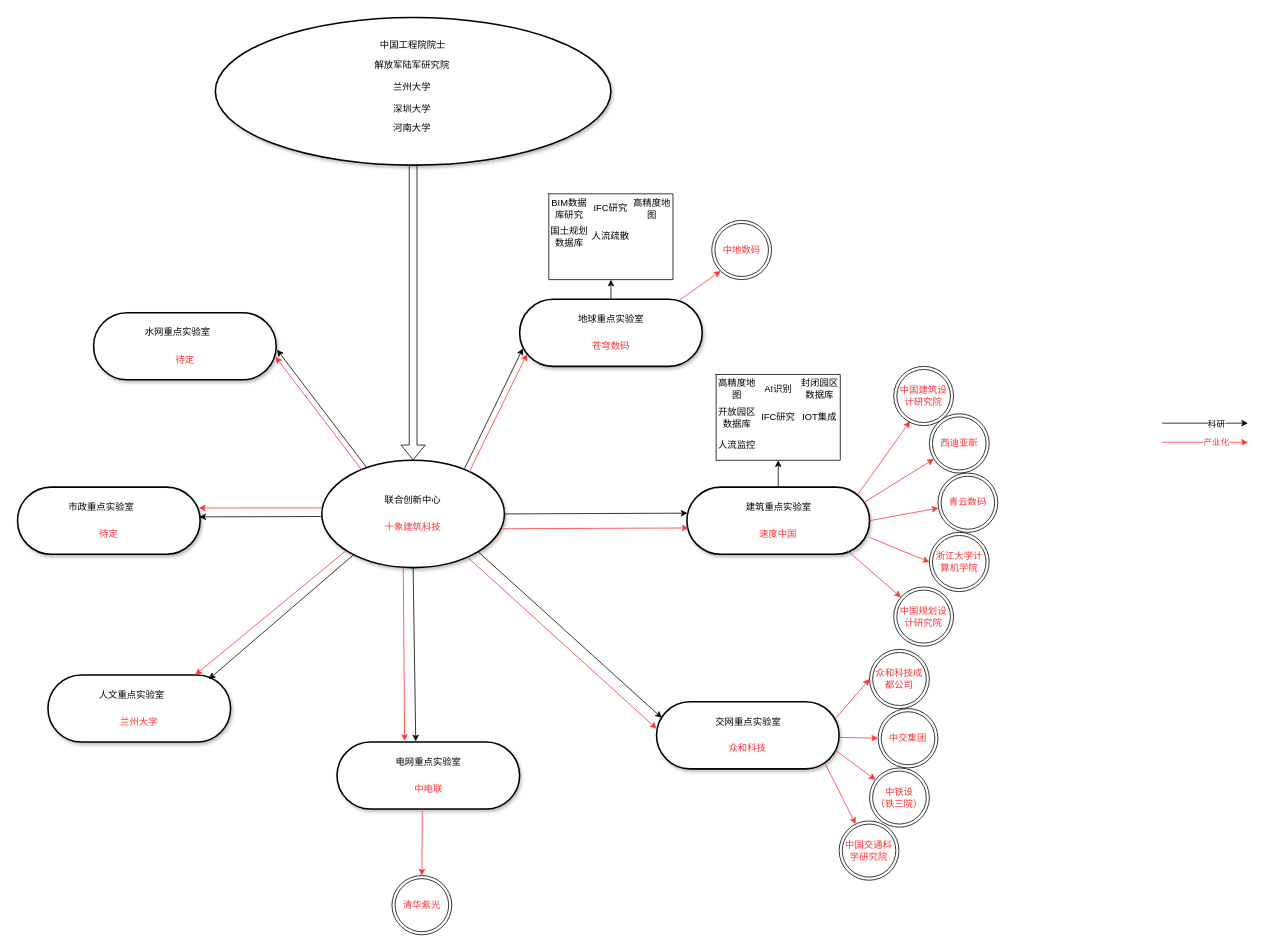
Before: LianHeChuangXinZhongXin.drawio in gaochaowyq/MinderGraph, a draw.io diagram. Source tidied: cells renumbered, new cells numbered last; positions are measured from the earlier drawing's top-left corner, leaving out a move shared by most shapes. Both pictures are drawn from the tidied source at 78%, with x=0, y=0 at pixel (17, 17).
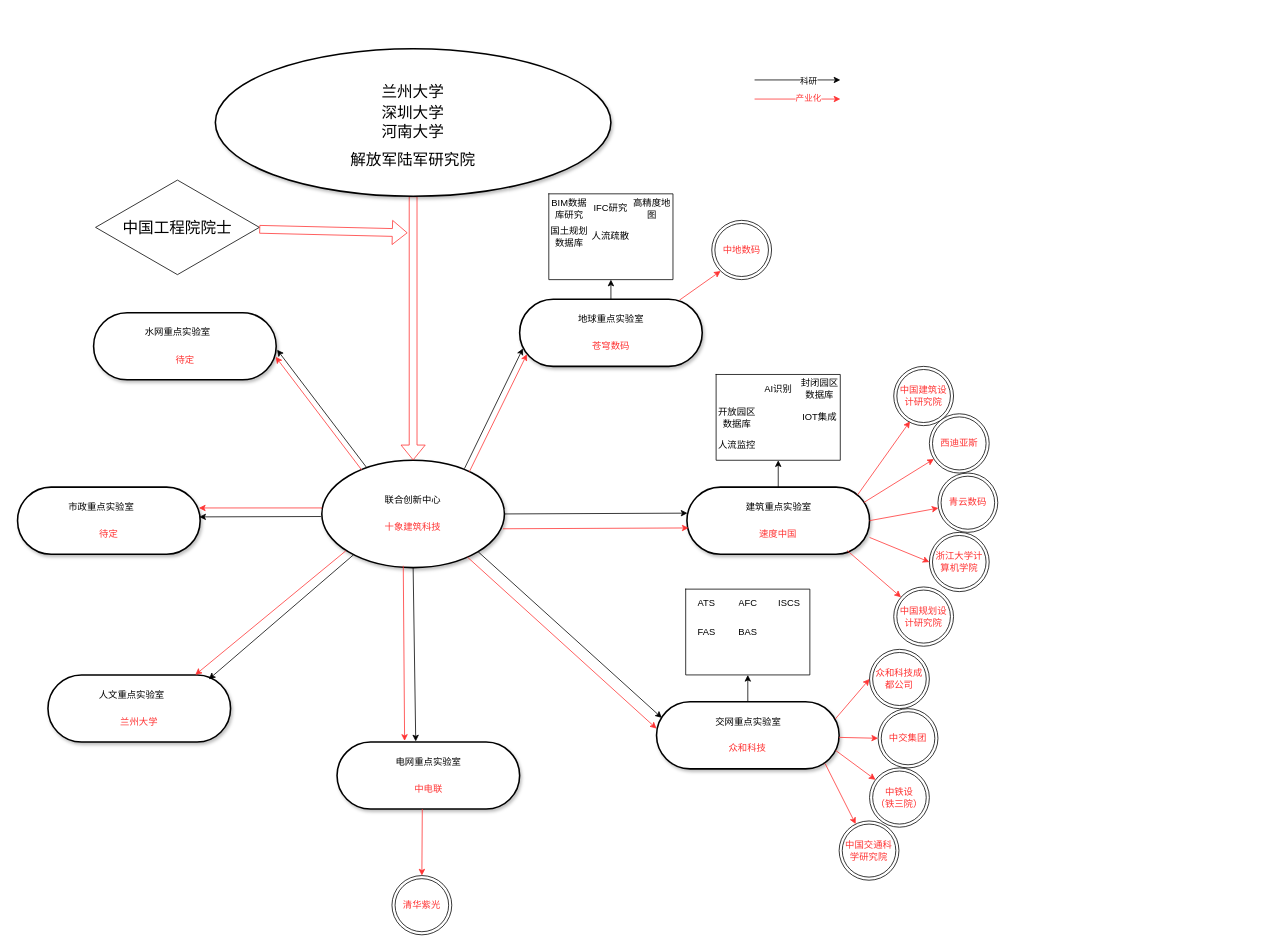
The same diagram, later.

The change refers to these unchanged cells:
```xml
<mxCell id="11" style="ellipse;whiteSpace=wrap;html=1;rounded=1;shadow=1;comic=0;labelBackgroundColor=none;strokeWidth=2;fontFamily=Verdana;fontSize=12;align=center;" parent="10" vertex="1">
  <mxGeometry width="234.1" height="137.6" as="geometry" />
</mxCell>
<mxCell id="21" style="whiteSpace=wrap;html=1;rounded=1;shadow=1;comic=0;labelBackgroundColor=none;strokeWidth=2;fontFamily=Verdana;fontSize=12;align=center;arcSize=50;" parent="20" vertex="1">
  <mxGeometry width="234.1" height="86" as="geometry" />
</mxCell>
<mxCell id="52" style="ellipse;whiteSpace=wrap;html=1;rounded=1;shadow=1;comic=0;labelBackgroundColor=none;strokeWidth=2;fontFamily=Verdana;fontSize=12;align=center;" parent="51" vertex="1">
  <mxGeometry width="507.1" height="189.2" as="geometry" />
</mxCell>
<mxCell id="83" style="shape=partialRectangle;html=1;whiteSpace=wrap;fillColor=none;top=0;left=0;bottom=0;right=0;" parent="82" vertex="1">
  <mxGeometry width="159.2" height="37" as="geometry" />
</mxCell>
<mxCell id="87" style="shape=partialRectangle;html=1;whiteSpace=wrap;fillColor=none;top=0;left=0;bottom=0;right=0;" parent="82" vertex="1">
  <mxGeometry y="37" width="159.2" height="36" as="geometry" />
</mxCell>
```

Change to the diagram source:
```diff
@@
     <mxCell id="2" style="endArrow=classic;html=1;" parent="1" edge="1">
       <mxGeometry relative="1" as="geometry">
-        <mxPoint x="1467.5" y="520" as="sourcePoint" />
-        <mxPoint x="1577.5" y="520" as="targetPoint" />
+        <mxPoint x="944.9" y="80" as="sourcePoint" />
+        <mxPoint x="1054.9" y="80" as="targetPoint" />
       </mxGeometry>
     </mxCell>
@@
     <mxCell id="4" style="endArrow=classic;html=1;strokeColor=#FF3333;" parent="1" edge="1">
       <mxGeometry relative="1" as="geometry">
-        <mxPoint x="1467.5" y="544.5" as="sourcePoint" />
-        <mxPoint x="1577.5" y="544.5" as="targetPoint" />
+        <mxPoint x="944.9" y="104.5" as="sourcePoint" />
+        <mxPoint x="1054.9" y="104.5" as="targetPoint" />
       </mxGeometry>
     </mxCell>
@@
-    <mxCell id="50" style="shape=flexArrow;endArrow=classic;html=1;entryX=0.5;entryY=0;entryDx=0;entryDy=0;exitX=0.5;exitY=1;exitDx=0;exitDy=0;" parent="1" edge="1" source="52" target="11">
+    <mxCell id="50" style="shape=flexArrow;endArrow=classic;html=1;entryX=0.5;entryY=0;entryDx=0;entryDy=0;exitX=0.5;exitY=1;exitDx=0;exitDy=0;strokeColor=#FF3333;" parent="1" edge="1" source="52" target="11">
       <mxGeometry x="-490" y="-480" as="geometry" />
     </mxCell>
     <mxCell id="51" style="group;" parent="1" vertex="1">
-      <mxGeometry x="253.6" width="507.1" height="189.2" as="geometry" />
+      <mxGeometry x="253.6" y="40" width="507.1" height="292" as="geometry" />
     </mxCell>
@@
-    <mxCell id="53" value="中国工程院院士" style="text;html=1;strokeColor=none;fillColor=none;align=center;verticalAlign=middle;whiteSpace=wrap;rounded=0;" parent="51" vertex="1">
-      <mxGeometry x="84.5" y="12" width="338.1" height="47.3" as="geometry" />
-    </mxCell>
-    <mxCell id="54" value="解放军陆军研究院" style="text;html=1;strokeColor=none;fillColor=none;align=center;verticalAlign=middle;whiteSpace=wrap;rounded=0;" parent="51" vertex="1">
-      <mxGeometry x="83.9" y="37.4" width="338.1" height="47.3" as="geometry" />
+    <mxCell id="54" value="&lt;font style=&quot;font-size: 20px&quot;&gt;解放军陆军研究院&lt;/font&gt;" style="text;html=1;strokeColor=none;fillColor=none;align=center;verticalAlign=middle;whiteSpace=wrap;rounded=0;" parent="51" vertex="1">
+      <mxGeometry x="84.5" y="118.7" width="338.1" height="47.3" as="geometry" />
     </mxCell>
-    <mxCell id="55" value="兰州大学" style="text;html=1;strokeColor=none;fillColor=none;align=center;verticalAlign=middle;whiteSpace=wrap;rounded=0;" parent="51" vertex="1">
-      <mxGeometry x="83.9" y="66.2" width="338.1" height="47.3" as="geometry" />
+    <mxCell id="55" value="兰州大学" style="text;html=1;strokeColor=none;fillColor=none;align=center;verticalAlign=middle;whiteSpace=wrap;rounded=0;fontSize=20;" parent="51" vertex="1">
+      <mxGeometry x="84.5" y="30" width="338.1" height="47.3" as="geometry" />
     </mxCell>
-    <mxCell id="56" value="深圳大学" style="text;html=1;strokeColor=none;fillColor=none;align=center;verticalAlign=middle;whiteSpace=wrap;rounded=0;" parent="51" vertex="1">
-      <mxGeometry x="83.9" y="93.3" width="338.1" height="47.3" as="geometry" />
+    <mxCell id="56" value="深圳大学" style="text;html=1;strokeColor=none;fillColor=none;align=center;verticalAlign=middle;whiteSpace=wrap;rounded=0;fontSize=20;" parent="51" vertex="1">
+      <mxGeometry x="84.5" y="57.1" width="338.1" height="47.3" as="geometry" />
     </mxCell>
-    <mxCell id="57" value="河南大学" style="text;html=1;strokeColor=none;fillColor=none;align=center;verticalAlign=middle;whiteSpace=wrap;rounded=0;" parent="51" vertex="1">
-      <mxGeometry x="83.9" y="118.7" width="338.1" height="47.3" as="geometry" />
+    <mxCell id="57" value="河南大学" style="text;html=1;strokeColor=none;fillColor=none;align=center;verticalAlign=middle;whiteSpace=wrap;rounded=0;fontSize=20;" parent="51" vertex="1">
+      <mxGeometry x="84.5" y="82.5" width="338.1" height="47.3" as="geometry" />
     </mxCell>
+    <mxCell id="53" value="中国工程院院士" style="html=1;whiteSpace=wrap;shape=isoRectangle;rounded=1;fontSize=20;" parent="51" vertex="1">
+      <mxGeometry x="-153.6" y="166" width="210" height="126" as="geometry" />
+    </mxCell>
+    <mxCell id="110" style="shape=flexArrow;endArrow=classic;html=1;fontSize=20;strokeColor=#FF3333;" parent="51" edge="1" source="53">
+      <mxGeometry relative="1" as="geometry">
+        <mxPoint x="246.4" y="236" as="targetPoint" />
+      </mxGeometry>
+    </mxCell>
@@
-    <mxCell id="84" value="高精度地图" style="shape=partialRectangle;html=1;whiteSpace=wrap;fillColor=none;top=0;left=0;bottom=0;right=0;overflow=hidden;" parent="83" vertex="1">
+    <mxCell id="84" style="shape=partialRectangle;html=1;whiteSpace=wrap;fillColor=none;top=0;left=0;bottom=0;right=0;overflow=hidden;" parent="83" vertex="1">
       <mxGeometry width="53" height="37" as="geometry" />
     </mxCell>
@@
-    <mxCell id="89" value="IFC研究" style="shape=partialRectangle;html=1;whiteSpace=wrap;fillColor=none;top=0;left=0;bottom=0;right=0;overflow=hidden;" parent="87" vertex="1">
+    <mxCell id="89" style="shape=partialRectangle;html=1;whiteSpace=wrap;fillColor=none;top=0;left=0;bottom=0;right=0;overflow=hidden;" parent="87" vertex="1">
       <mxGeometry x="53" width="53" height="36" as="geometry" />
     </mxCell>
@@
+    <mxCell id="111" style="shape=table;html=1;whiteSpace=wrap;startSize=0;childLayout=tableLayout;columnLines=0;rowLines=0;rounded=1;" parent="1" vertex="1">
+      <mxGeometry x="856.6" y="732.8" width="159.2" height="110" as="geometry" />
+    </mxCell>
+    <mxCell id="112" style="shape=partialRectangle;html=1;whiteSpace=wrap;fillColor=none;top=0;left=0;bottom=0;right=0;" parent="111" vertex="1">
+      <mxGeometry width="159.2" height="37" as="geometry" />
+    </mxCell>
+    <mxCell id="113" value="ATS" style="shape=partialRectangle;html=1;whiteSpace=wrap;fillColor=none;top=0;left=0;bottom=0;right=0;overflow=hidden;" parent="112" vertex="1">
+      <mxGeometry width="53" height="37" as="geometry" />
+    </mxCell>
+    <mxCell id="114" value="AFC" style="shape=partialRectangle;html=1;whiteSpace=wrap;fillColor=none;top=0;left=0;bottom=0;right=0;overflow=hidden;" parent="112" vertex="1">
+      <mxGeometry x="53" width="53" height="37" as="geometry" />
+    </mxCell>
+    <mxCell id="115" value="ISCS" style="shape=partialRectangle;html=1;whiteSpace=wrap;fillColor=none;top=0;left=0;bottom=0;right=0;overflow=hidden;" parent="112" vertex="1">
+      <mxGeometry x="106" width="53" height="37" as="geometry" />
+    </mxCell>
+    <mxCell id="116" style="shape=partialRectangle;html=1;whiteSpace=wrap;fillColor=none;top=0;left=0;bottom=0;right=0;" parent="111" vertex="1">
+      <mxGeometry y="37" width="159.2" height="36" as="geometry" />
+    </mxCell>
+    <mxCell id="117" value="FAS" style="shape=partialRectangle;html=1;whiteSpace=wrap;fillColor=none;top=0;left=0;bottom=0;right=0;overflow=hidden;" parent="116" vertex="1">
+      <mxGeometry width="53" height="36" as="geometry" />
+    </mxCell>
+    <mxCell id="118" value="BAS" style="shape=partialRectangle;html=1;whiteSpace=wrap;fillColor=none;top=0;left=0;bottom=0;right=0;overflow=hidden;" parent="116" vertex="1">
+      <mxGeometry x="53" width="53" height="36" as="geometry" />
+    </mxCell>
+    <mxCell id="119" style="shape=partialRectangle;html=1;whiteSpace=wrap;fillColor=none;top=0;left=0;bottom=0;right=0;overflow=hidden;" parent="116" vertex="1">
+      <mxGeometry x="106" width="53" height="36" as="geometry" />
+    </mxCell>
+    <mxCell id="120" style="shape=partialRectangle;html=1;whiteSpace=wrap;fillColor=none;top=0;left=0;bottom=0;right=0;points=[[0,0.5],[1,0.5]];portConstraint=eastwest;" parent="111" vertex="1">
+      <mxGeometry y="73" width="159.2" height="37" as="geometry" />
+    </mxCell>
+    <mxCell id="121" style="shape=partialRectangle;html=1;whiteSpace=wrap;fillColor=none;top=0;left=0;bottom=0;right=0;overflow=hidden;" parent="120" vertex="1">
+      <mxGeometry width="53" height="37" as="geometry" />
+    </mxCell>
+    <mxCell id="122" style="shape=partialRectangle;html=1;whiteSpace=wrap;fillColor=none;top=0;left=0;bottom=0;right=0;overflow=hidden;" parent="120" vertex="1">
+      <mxGeometry x="53" width="53" height="37" as="geometry" />
+    </mxCell>
+    <mxCell id="123" style="shape=partialRectangle;html=1;whiteSpace=wrap;fillColor=none;top=0;left=0;bottom=0;right=0;overflow=hidden;" parent="120" vertex="1">
+      <mxGeometry x="106" width="53" height="37" as="geometry" />
+    </mxCell>
+    <mxCell id="124" style="endArrow=classic;html=1;exitX=0.5;exitY=0;exitDx=0;exitDy=0;" parent="1" edge="1" source="21" target="120">
+      <mxGeometry relative="1" as="geometry" />
+    </mxCell>
```
